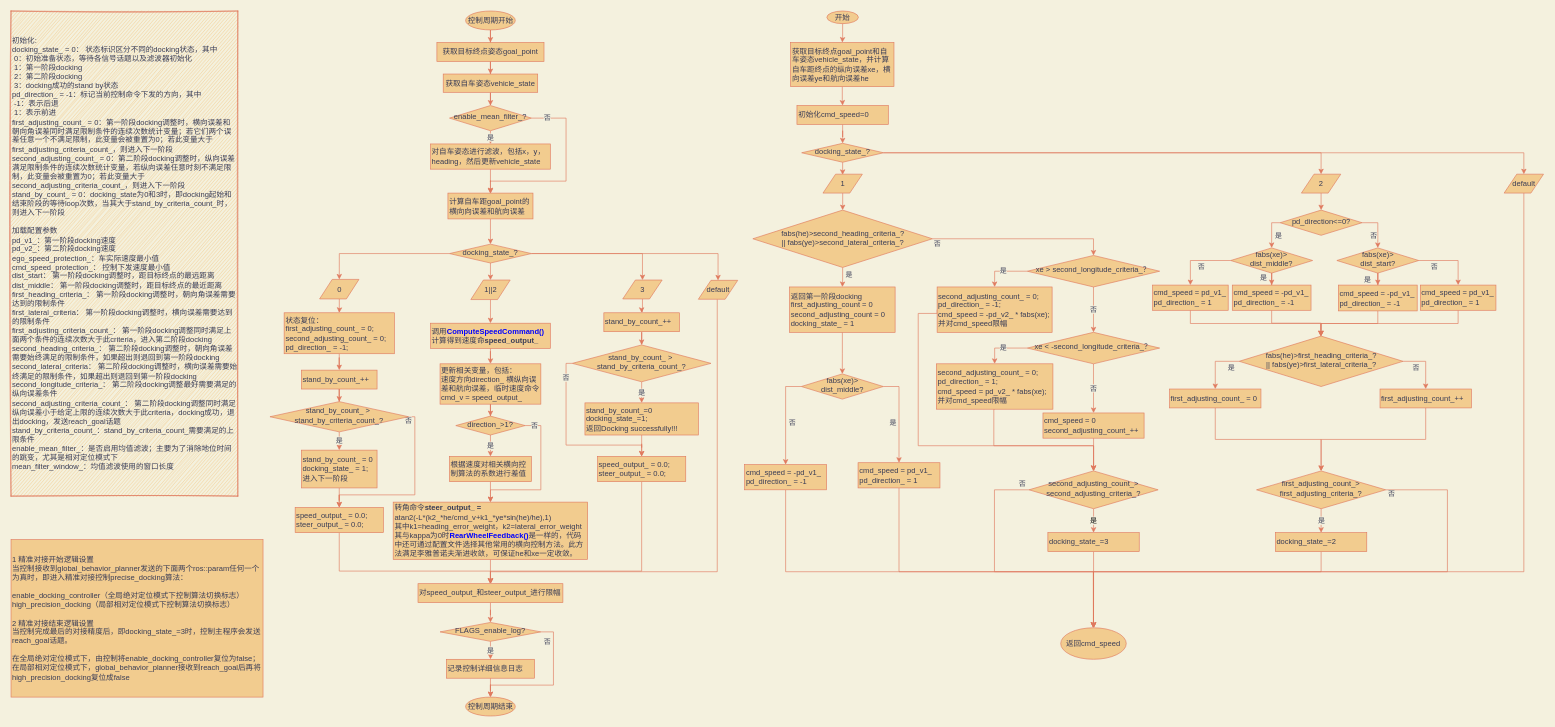
Above: page "flowchart v1" (2 of 4) of precise_docking.drawio in Thousandsuny/Learning (draw.io), before the change. Source tidied: cells renumbered, new cells numbered last; positions are measured from the earlier drawing's top-left corner, leaving out a move shared by most shapes. Both pictures are drawn from the tidied source at 63%, with x=0, y=0 at pixel (11, 11).
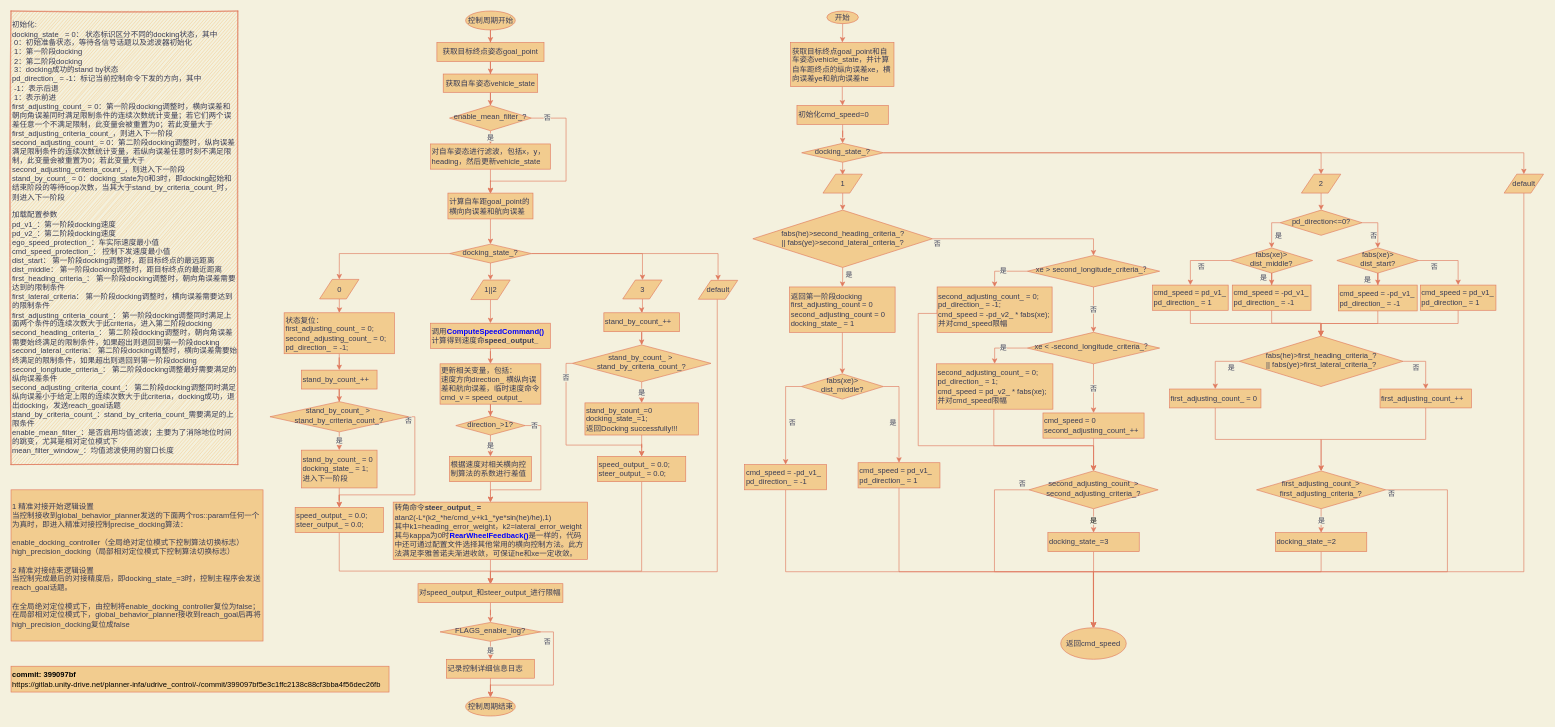
The same page after the edit.

Change to the diagram source:
```diff
@@
     <mxCell id="24" value="初始化:&lt;br&gt;docking_state_ = 0： 状态标识区分不同的docking状态，其中&lt;br&gt;&lt;span style=&quot;&quot;&gt; &lt;/span&gt;&lt;span style=&quot;white-space: pre;&quot;&gt; &lt;/span&gt;0：初始准备状态，等待各信号话题以及滤波器初始化&lt;br&gt;&lt;span style=&quot;&quot;&gt; &lt;/span&gt;&lt;span style=&quot;white-space: pre;&quot;&gt; &lt;/span&gt;1：第一阶段docking&lt;br&gt;&lt;span style=&quot;&quot;&gt; &lt;/span&gt;&lt;span style=&quot;white-space: pre;&quot;&gt; &lt;/span&gt;2：第二阶段docking&lt;br&gt;&lt;span style=&quot;&quot;&gt; &lt;/span&gt;&lt;span style=&quot;white-space: pre;&quot;&gt; &lt;/span&gt;3：docking成功的stand by状态&lt;br&gt;pd_direction_ = -1：标记当前控制命令下发的方向，其中&lt;br&gt;&lt;span style=&quot;&quot;&gt; &lt;/span&gt;&lt;span style=&quot;white-space: pre;&quot;&gt; &lt;/span&gt;-1：表示后退&lt;br&gt;&lt;span style=&quot;&quot;&gt; &lt;/span&gt;&lt;span style=&quot;white-space: pre;&quot;&gt; &lt;/span&gt;1：表示前进&lt;br&gt;first_adjusting_count_ = 0：第一阶段docking调整时，横向误差和朝向角误差同时满足限制条件的连续次数统计变量；若它们两个误差任意一个不满足限制，此变量会被重置为0；若此变量大于first_adjusting_criteria_count_，则进入下一阶段&lt;br&gt;second_adjusting_count_ = 0：第二阶段docking调整时，纵向误差满足限制条件的连续次数统计变量，若纵向误差任意时刻不满足限制，此变量会被重置为0；若此变量大于second_adjusting_criteria_count_，则进入下一阶段&lt;br&gt;stand_by_count_ = 0：docking_state为0和3时，即docking起始和结束阶段的等待loop次数，当其大于stand_by_criteria_count_时，则进入下一阶段&lt;br&gt;&lt;br&gt;加载配置参数&lt;br&gt;pd_v1_：第一阶段docking速度&lt;br&gt;pd_v2_：第二阶段docking速度&lt;br&gt;ego_speed_protection_：车实际速度最小值&lt;br&gt;cmd_speed_protection_： 控制下发速度最小值&lt;br&gt;dist_start： 第一阶段docking调整时，距目标终点的最远距离&lt;br&gt;dist_middle： 第一阶段docking调整时，距目标终点的最近距离&lt;br&gt;first_heading_criteria_： 第一阶段docking调整时，朝向角误差需要达到的限制条件&lt;br&gt;first_lateral_criteria： 第一阶段docking调整时，横向误差需要达到的限制条件&lt;br&gt;first_adjusting_criteria_count_： 第一阶段docking调整同时满足上面两个条件的连续次数大于此criteria，进入第二阶段docking&lt;br&gt;second_heading_criteria_： 第二阶段docking调整时，朝向角误差需要始终满足的限制条件，如果超出则退回到第一阶段docking&lt;br&gt;second_lateral_criteria： 第二阶段docking调整时，横向误差需要始终满足的限制条件，如果超出则退回到第一阶段docking&lt;br&gt;second_longitude_criteria_： 第二阶段docking调整最好需要满足的纵向误差条件&lt;br&gt;second_adjusting_criteria_count_： 第二阶段docking调整同时满足纵向误差小于给定上限的连续次数大于此criteria，docking成功，退出docking，发送reach_goal话题&lt;br&gt;stand_by_criteria_count_：stand_by_criteria_count_需要满足的上限条件&lt;br&gt;enable_mean_filter_：是否启用均值滤波；主要为了消除地位时间的跳变，尤其是相对定位模式下&lt;br&gt;mean_filter_window_：均值滤波使用的窗口长度" style="rounded=0;whiteSpace=wrap;html=1;fontSize=12;glass=0;strokeWidth=1;shadow=0;align=left;sketch=1;fillColor=#F2CC8F;strokeColor=#E07A5F;fontColor=#393C56;" parent="1" vertex="1">
-      <mxGeometry width="360" height="770" as="geometry" />
+      <mxGeometry width="360" height="720" as="geometry" />
     </mxCell>
@@
     <mxCell id="26" value="1 精准对接开始逻辑设置&lt;br&gt;当控制接收到global_behavior_planner发送的下面两个ros::param任何一个为真时，即进入精准对接控制precise_docking算法：&lt;br&gt;&lt;br&gt;enable_docking_controller（全局绝对定位模式下控制算法切换标志）&lt;br&gt;high_precision_docking（局部相对定位模式下控制算法切换标志）&lt;br&gt;&lt;br&gt;2 精准对接结束逻辑设置&lt;br&gt;当控制完成最后的对接精度后，即docking_state_=3时，控制主程序会发送reach_goal话题。&lt;br&gt;&lt;br&gt;在全局绝对定位模式下，由控制将enable_docking_controller复位为false；&lt;br&gt;在局部相对定位模式下，global_behavior_planner接收到reach_goal后再将high_precision_docking复位成false" style="rounded=0;whiteSpace=wrap;html=1;fontSize=12;glass=0;strokeWidth=1;shadow=0;align=left;fillColor=#F2CC8F;strokeColor=#E07A5F;fontColor=#393C56;" parent="1" vertex="1">
-      <mxGeometry y="839" width="400" height="250" as="geometry" />
+      <mxGeometry y="760" width="400" height="240" as="geometry" />
     </mxCell>
@@
+    <mxCell id="148" value="&lt;b style=&quot;color: rgb(0, 0, 0);&quot;&gt;commit: 399097bf&lt;/b&gt;&lt;br style=&quot;color: rgb(0, 0, 0);&quot;&gt;&lt;span style=&quot;color: rgb(0, 0, 0);&quot;&gt;https://gitlab.unity-drive.net/planner-infa/udrive_control/-/commit/399097bf5e3c1ffc2138c88cf3bba4f56dec26fb&lt;/span&gt;" style="rounded=0;whiteSpace=wrap;html=1;fontSize=12;glass=0;strokeWidth=1;shadow=0;align=left;fillColor=#F2CC8F;strokeColor=#E07A5F;fontColor=#393C56;" parent="1" vertex="1">
+      <mxGeometry y="1040" width="600" height="41" as="geometry" />
+    </mxCell>
```
